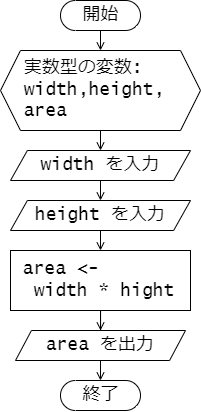
This is src/assets/flowchart_chap04_rectangle.png from rikitoro/GE2_programming_workbook, a draw.io export, as it was before one commit. Source tidied: cells renumbered, new cells last; positions are measured from the earlier drawing's top-left corner, leaving out a move shared by most shapes.
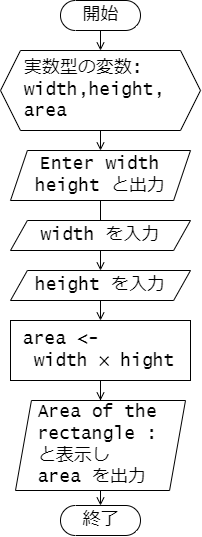
Above is the later version.

The edit, as a diff of the source:
```diff
@@ -11,11 +11,11 @@
     <mxCell id="4" style="edgeStyle=orthogonalEdgeStyle;rounded=0;jettySize=auto;html=1;exitX=0.5;exitY=1;exitDx=0;exitDy=0;endArrow=open;endFill=0;" parent="1" edge="1" source="5" target="12">
       <mxGeometry relative="1" as="geometry" />
     </mxCell>
-    <mxCell id="5" value="&amp;nbsp;area &amp;lt;-&amp;nbsp;&lt;br&gt;&amp;nbsp; width * hight" style="html=1;dashed=0;whitespace=wrap;fontSize=18;fontFamily=Lucida Console;align=left;" parent="1" vertex="1">
-      <mxGeometry x="10" y="250" width="180" height="60" as="geometry" />
+    <mxCell id="5" value="&amp;nbsp;area &amp;lt;-&amp;nbsp;&lt;br&gt;&amp;nbsp; width × hight" style="html=1;dashed=0;whitespace=wrap;fontSize=18;fontFamily=Lucida Console;align=left;" parent="1" vertex="1">
+      <mxGeometry x="10" y="320" width="180" height="60" as="geometry" />
     </mxCell>
     <mxCell id="6" value="終了" style="html=1;dashed=0;whitespace=wrap;shape=mxgraph.dfd.start;fontFamily=Lucida Console;fontSize=18;" parent="1" vertex="1">
-      <mxGeometry x="60" y="380" width="80" height="30" as="geometry" />
+      <mxGeometry x="60" y="505" width="80" height="30" as="geometry" />
     </mxCell>
     <mxCell id="7" style="edgeStyle=orthogonalEdgeStyle;rounded=0;jettySize=auto;html=1;exitX=0.5;exitY=0.5;exitDx=0;exitDy=15;exitPerimeter=0;entryX=0.5;entryY=0;entryDx=0;entryDy=0;endArrow=open;endFill=0;" parent="1" edge="1" source="8" target="3">
       <mxGeometry relative="1" as="geometry" />
@@ -27,19 +27,22 @@
       <mxGeometry relative="1" as="geometry" />
     </mxCell>
     <mxCell id="10" value="height を入力" style="shape=parallelogram;perimeter=parallelogramPerimeter;whiteSpace=wrap;html=1;dashed=0;fontSize=18;size=0.09375;fontFamily=Lucida Console;" parent="1" vertex="1">
-      <mxGeometry x="10" y="200" width="180" height="30" as="geometry" />
+      <mxGeometry x="10" y="270" width="180" height="30" as="geometry" />
     </mxCell>
     <mxCell id="11" style="edgeStyle=orthogonalEdgeStyle;rounded=0;jettySize=auto;html=1;exitX=0.5;exitY=1;exitDx=0;exitDy=0;entryX=0.5;entryY=0.5;entryDx=0;entryDy=-15;entryPerimeter=0;endArrow=open;endFill=0;" parent="1" edge="1" source="12" target="6">
       <mxGeometry relative="1" as="geometry" />
     </mxCell>
-    <mxCell id="12" value="area を出力" style="shape=parallelogram;perimeter=parallelogramPerimeter;whiteSpace=wrap;html=1;dashed=0;fontSize=18;size=0.09375;fontFamily=Lucida Console;" parent="1" vertex="1">
-      <mxGeometry x="15" y="330" width="170" height="30" as="geometry" />
+    <mxCell id="12" value="&lt;div style=&quot;text-align: left;&quot;&gt;&lt;span style=&quot;background-color: initial;&quot;&gt;&amp;nbsp; Area of the&amp;nbsp; &amp;nbsp; rectangle :&lt;/span&gt;&lt;/div&gt;&lt;div style=&quot;text-align: left;&quot;&gt;&lt;span style=&quot;background-color: initial;&quot;&gt;&amp;nbsp; と表示し&lt;/span&gt;&lt;/div&gt;&lt;div style=&quot;text-align: left;&quot;&gt;&lt;span style=&quot;background-color: initial;&quot;&gt;&amp;nbsp; area を出力&lt;/span&gt;&lt;/div&gt;" style="shape=parallelogram;perimeter=parallelogramPerimeter;whiteSpace=wrap;html=1;dashed=0;fontSize=18;size=0.09375;fontFamily=Lucida Console;" parent="1" vertex="1">
+      <mxGeometry x="15" y="400" width="170" height="90" as="geometry" />
     </mxCell>
     <mxCell id="13" style="edgeStyle=orthogonalEdgeStyle;rounded=0;jettySize=auto;html=1;exitX=0.5;exitY=1;exitDx=0;exitDy=0;entryX=0.5;entryY=0;entryDx=0;entryDy=0;endArrow=open;endFill=0;" parent="1" edge="1" source="14" target="10">
       <mxGeometry relative="1" as="geometry" />
     </mxCell>
-    <mxCell id="14" value="width を入力" style="shape=parallelogram;perimeter=parallelogramPerimeter;whiteSpace=wrap;html=1;dashed=0;fontSize=18;size=0.09375;fontFamily=Lucida Console;" parent="1" vertex="1">
-      <mxGeometry x="10" y="150" width="180" height="30" as="geometry" />
+    <mxCell id="14" value="Enter width&lt;br&gt;height と出力" style="shape=parallelogram;perimeter=parallelogramPerimeter;whiteSpace=wrap;html=1;dashed=0;fontSize=18;size=0.09375;fontFamily=Lucida Console;" parent="1" vertex="1">
+      <mxGeometry x="10" y="150" width="180" height="50" as="geometry" />
     </mxCell>
+    <mxCell id="15" value="width を入力" style="shape=parallelogram;perimeter=parallelogramPerimeter;whiteSpace=wrap;html=1;dashed=0;fontSize=18;size=0.09375;fontFamily=Lucida Console;" parent="1" vertex="1">
+      <mxGeometry x="10" y="220" width="180" height="30" as="geometry" />
+    </mxCell>
   </root>
 </mxGraphModel>
```
